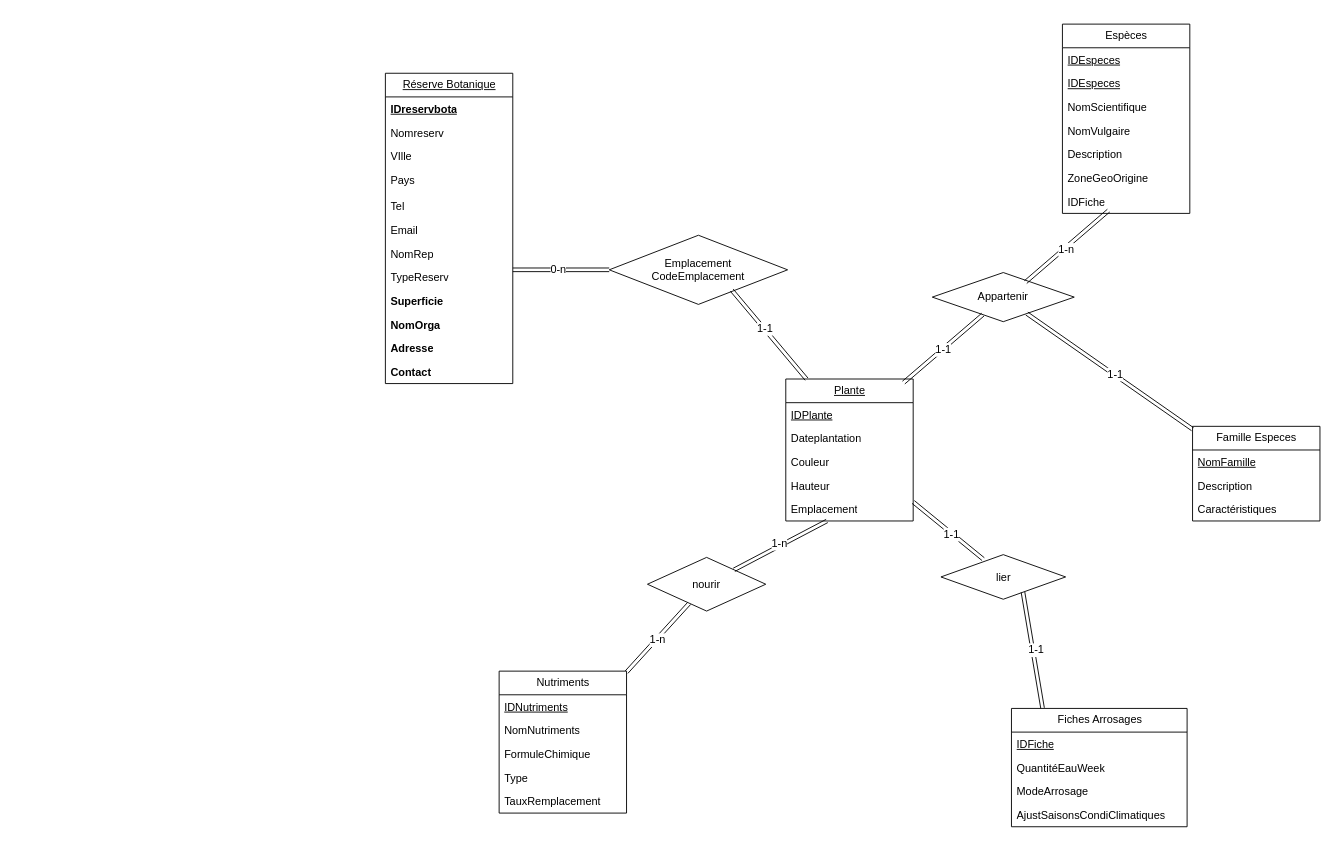
The draw.io diagram SAE3/Untitled Diagram.drawio in korasrar/Work, before the edit. Source tidied: cells renumbered, new cells numbered last; positions are measured from the earlier drawing's top-left corner, leaving out a move shared by most shapes. Both pictures are drawn from the tidied source at 91%, with x=0, y=0 at pixel (385, 24).
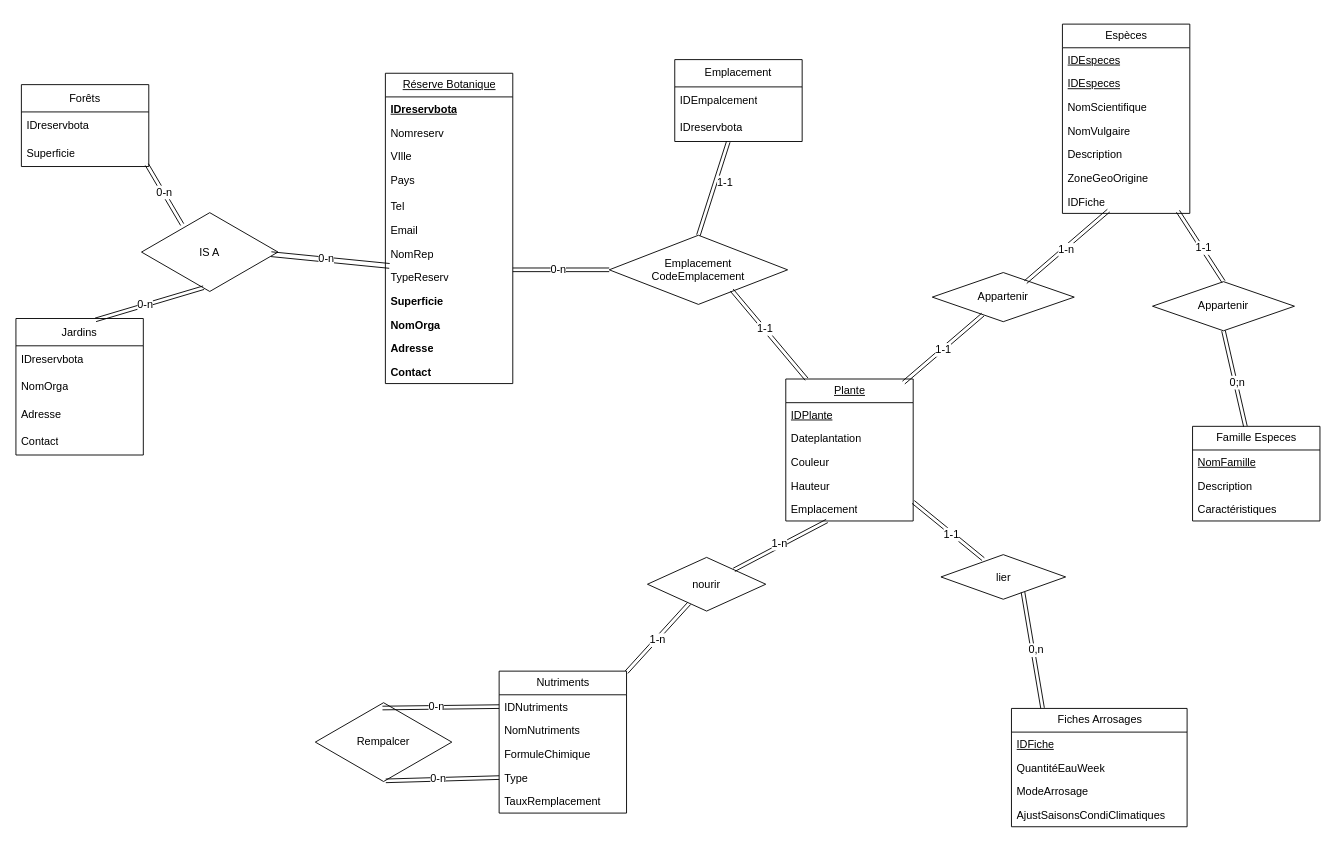
Above is the later version.

The change refers to these unchanged cells:
```xml
<mxCell id="10" value="TypeReserv" style="text;strokeColor=none;fillColor=none;align=left;verticalAlign=top;spacingLeft=4;spacingRight=4;overflow=hidden;points=[[0,0.5],[1,0.5]];portConstraint=eastwest;whiteSpace=wrap;html=1;" parent="2" vertex="1">
  <mxGeometry y="211" width="140" height="26" as="geometry" />
</mxCell>
<mxCell id="28" value="IDFiche" style="text;strokeColor=none;fillColor=none;align=left;verticalAlign=top;spacingLeft=4;spacingRight=4;overflow=hidden;points=[[0,0.5],[1,0.5]];portConstraint=eastwest;whiteSpace=wrap;html=1;" parent="21" vertex="1">
  <mxGeometry y="182" width="140" height="26" as="geometry" />
</mxCell>
<mxCell id="29" value="Famille Especes" style="swimlane;fontStyle=0;horizontal=1;startSize=26;fillColor=none;html=1;" parent="1" vertex="1">
  <mxGeometry x="887" y="442" width="140" height="104" as="geometry" />
</mxCell>
<mxCell id="38" value="Nutriments" style="swimlane;fontStyle=0;horizontal=1;startSize=26;fillColor=none;html=1;" parent="1" vertex="1">
  <mxGeometry x="125" y="711" width="140" height="156" as="geometry" />
</mxCell>
<mxCell id="42" value="Type" style="text;strokeColor=none;fillColor=none;align=left;verticalAlign=top;spacingLeft=4;spacingRight=4;overflow=hidden;points=[[0,0.5],[1,0.5]];portConstraint=eastwest;whiteSpace=wrap;html=1;" parent="38" vertex="1">
  <mxGeometry y="104" width="140" height="26" as="geometry" />
</mxCell>
<mxCell id="44" value="&lt;div&gt;Emplacement&lt;/div&gt;&lt;div&gt;CodeEmplacement&lt;br&gt;&lt;/div&gt;" style="rhombus;whiteSpace=wrap;html=1;" parent="1" vertex="1">
  <mxGeometry x="246" y="232" width="196" height="76" as="geometry" />
</mxCell>
<mxCell id="50" value="Appartenir" style="rhombus;whiteSpace=wrap;html=1;" parent="1" vertex="1">
  <mxGeometry x="601" y="273" width="156" height="54" as="geometry" />
</mxCell>
<mxCell id="65" style="shape=link;html=1;rounded=0;fontSize=12;startSize=8;endSize=8;curved=1;exitX=0.658;exitY=0.841;exitDx=0;exitDy=0;exitPerimeter=0;entryX=0.177;entryY=-0.003;entryDx=0;entryDy=0;entryPerimeter=0;" parent="1" edge="1" source="62" target="33">
  <mxGeometry relative="1" as="geometry" />
</mxCell>
```

The edit, as a diff of the source:
```diff
@@
-    <mxCell id="39" value="&lt;u&gt;IDNutriments&lt;/u&gt;" style="text;strokeColor=none;fillColor=none;align=left;verticalAlign=top;spacingLeft=4;spacingRight=4;overflow=hidden;points=[[0,0.5],[1,0.5]];portConstraint=eastwest;whiteSpace=wrap;html=1;" parent="38" vertex="1">
+    <mxCell id="39" value="IDNutriments" style="text;strokeColor=none;fillColor=none;align=left;verticalAlign=top;spacingLeft=4;spacingRight=4;overflow=hidden;points=[[0,0.5],[1,0.5]];portConstraint=eastwest;whiteSpace=wrap;html=1;" parent="38" vertex="1">
       <mxGeometry y="26" width="140" height="26" as="geometry" />
     </mxCell>
@@
-    <mxCell id="55" style="shape=link;html=1;rounded=0;fontSize=12;startSize=8;endSize=8;curved=1;" parent="1" edge="1" source="50" target="29">
+    <mxCell id="55" style="shape=link;html=1;rounded=0;fontSize=12;startSize=8;endSize=8;curved=1;exitX=0.5;exitY=1;exitDx=0;exitDy=0;" parent="1" edge="1" source="67" target="29">
       <mxGeometry relative="1" as="geometry" />
     </mxCell>
-    <mxCell id="56" value="1-1" style="edgeLabel;html=1;align=center;verticalAlign=middle;fontSize=12;" parent="55" vertex="1">
+    <mxCell id="56" value="0;n" style="edgeLabel;html=1;align=center;verticalAlign=middle;fontSize=12;" parent="55" vertex="1">
       <mxGeometry x="0.05" y="2" relative="1" as="geometry">
         <mxPoint y="1" as="offset" />
       </mxGeometry>
     </mxCell>
@@
-    <mxCell id="66" value="1-1" style="edgeLabel;html=1;align=center;verticalAlign=middle;fontSize=12;" parent="65" vertex="1">
+    <mxCell id="66" value="0,n" style="edgeLabel;html=1;align=center;verticalAlign=middle;fontSize=12;" parent="65" vertex="1">
       <mxGeometry x="0.01" y="3" relative="1" as="geometry" />
     </mxCell>
+    <mxCell id="67" value="Appartenir" style="rhombus;whiteSpace=wrap;html=1;" parent="1" vertex="1">
+      <mxGeometry x="843" y="283" width="156" height="54" as="geometry" />
+    </mxCell>
+    <mxCell id="68" style="shape=link;html=1;rounded=0;fontSize=12;startSize=8;endSize=8;curved=1;exitX=0.907;exitY=0.912;exitDx=0;exitDy=0;exitPerimeter=0;entryX=0.5;entryY=0;entryDx=0;entryDy=0;" parent="1" edge="1" source="28" target="67">
+      <mxGeometry relative="1" as="geometry" />
+    </mxCell>
+    <mxCell id="69" value="1-1" style="edgeLabel;html=1;align=center;verticalAlign=middle;fontSize=12;" parent="68" vertex="1">
+      <mxGeometry x="0.05" y="2" relative="1" as="geometry">
+        <mxPoint y="1" as="offset" />
+      </mxGeometry>
+    </mxCell>
+    <mxCell id="70" value="Emplacement" style="swimlane;fontStyle=0;horizontal=1;startSize=30;whiteSpace=wrap;html=1;" parent="1" vertex="1">
+      <mxGeometry x="318" y="39" width="140" height="90" as="geometry" />
+    </mxCell>
+    <mxCell id="71" value="IDEmpalcement" style="text;strokeColor=none;fillColor=none;align=left;verticalAlign=middle;spacingLeft=4;spacingRight=4;overflow=hidden;whiteSpace=wrap;html=1;" parent="70" vertex="1">
+      <mxGeometry y="30" width="140" height="30" as="geometry" />
+    </mxCell>
+    <mxCell id="72" value="IDreservbota" style="text;strokeColor=none;fillColor=none;align=left;verticalAlign=middle;spacingLeft=4;spacingRight=4;overflow=hidden;points=[[0,0.5],[1,0.5]];portConstraint=eastwest;whiteSpace=wrap;html=1;" parent="70" vertex="1">
+      <mxGeometry y="60" width="140" height="30" as="geometry" />
+    </mxCell>
+    <mxCell id="73" style="shape=link;html=1;rounded=0;fontSize=12;startSize=8;endSize=8;curved=1;entryX=0.5;entryY=0;entryDx=0;entryDy=0;exitX=0.42;exitY=1.008;exitDx=0;exitDy=0;exitPerimeter=0;" parent="1" edge="1" source="72" target="44">
+      <mxGeometry relative="1" as="geometry" />
+    </mxCell>
+    <mxCell id="74" value="1-1" style="edgeLabel;html=1;align=center;verticalAlign=middle;fontSize=12;" parent="73" vertex="1">
+      <mxGeometry x="-0.29" relative="1" as="geometry">
+        <mxPoint x="7" y="8" as="offset" />
+      </mxGeometry>
+    </mxCell>
+    <mxCell id="75" value="Forêts" style="swimlane;fontStyle=0;horizontal=1;startSize=30;whiteSpace=wrap;html=1;" parent="1" vertex="1">
+      <mxGeometry x="-400" y="66.5" width="140" height="90" as="geometry" />
+    </mxCell>
+    <mxCell id="76" value="IDreservbota" style="text;strokeColor=none;fillColor=none;align=left;verticalAlign=middle;spacingLeft=4;spacingRight=4;overflow=hidden;whiteSpace=wrap;html=1;" parent="75" vertex="1">
+      <mxGeometry y="30" width="140" height="30" as="geometry" />
+    </mxCell>
+    <mxCell id="77" value="Superficie" style="text;strokeColor=none;fillColor=none;align=left;verticalAlign=middle;spacingLeft=4;spacingRight=4;overflow=hidden;points=[[0,0.5],[1,0.5]];portConstraint=eastwest;whiteSpace=wrap;html=1;" parent="75" vertex="1">
+      <mxGeometry y="60" width="140" height="30" as="geometry" />
+    </mxCell>
+    <mxCell id="78" value="Jardins" style="swimlane;fontStyle=0;horizontal=1;startSize=30;whiteSpace=wrap;html=1;" parent="1" vertex="1">
+      <mxGeometry x="-406" y="323.5" width="140" height="150" as="geometry" />
+    </mxCell>
+    <mxCell id="79" value="IDreservbota" style="text;strokeColor=none;fillColor=none;align=left;verticalAlign=middle;spacingLeft=4;spacingRight=4;overflow=hidden;whiteSpace=wrap;html=1;" parent="78" vertex="1">
+      <mxGeometry y="30" width="140" height="30" as="geometry" />
+    </mxCell>
+    <mxCell id="80" value="NomOrga" style="text;strokeColor=none;fillColor=none;align=left;verticalAlign=middle;spacingLeft=4;spacingRight=4;overflow=hidden;whiteSpace=wrap;html=1;" parent="78" vertex="1">
+      <mxGeometry y="60" width="140" height="30" as="geometry" />
+    </mxCell>
+    <mxCell id="81" value="Adresse" style="text;strokeColor=none;fillColor=none;align=left;verticalAlign=middle;spacingLeft=4;spacingRight=4;overflow=hidden;whiteSpace=wrap;html=1;" parent="78" vertex="1">
+      <mxGeometry y="90" width="140" height="30" as="geometry" />
+    </mxCell>
+    <mxCell id="82" value="Contact" style="text;strokeColor=none;fillColor=none;align=left;verticalAlign=middle;spacingLeft=4;spacingRight=4;overflow=hidden;whiteSpace=wrap;html=1;" parent="78" vertex="1">
+      <mxGeometry y="120" width="140" height="30" as="geometry" />
+    </mxCell>
+    <mxCell id="83" value="IS A" style="html=1;whiteSpace=wrap;shape=isoRectangle;" parent="1" vertex="1">
+      <mxGeometry x="-268" y="205.5" width="150" height="90" as="geometry" />
+    </mxCell>
+    <mxCell id="84" style="shape=link;html=1;rounded=0;fontSize=12;startSize=8;endSize=8;curved=1;entryX=0.298;entryY=0.164;entryDx=0;entryDy=0;exitX=0.985;exitY=0.929;exitDx=0;exitDy=0;exitPerimeter=0;entryPerimeter=0;" parent="1" edge="1" source="77" target="83">
+      <mxGeometry relative="1" as="geometry" />
+    </mxCell>
+    <mxCell id="85" value="0-n" style="edgeLabel;html=1;align=center;verticalAlign=middle;fontSize=12;" parent="84" vertex="1">
+      <mxGeometry x="-0.08" y="1" relative="1" as="geometry" />
+    </mxCell>
+    <mxCell id="86" style="shape=link;html=1;rounded=0;fontSize=12;startSize=8;endSize=8;curved=1;entryX=0.455;entryY=0.935;entryDx=0;entryDy=0;exitX=0.625;exitY=0.01;exitDx=0;exitDy=0;exitPerimeter=0;entryPerimeter=0;" parent="1" edge="1" source="78" target="83">
+      <mxGeometry relative="1" as="geometry" />
+    </mxCell>
+    <mxCell id="87" value="0-n" style="edgeLabel;html=1;align=center;verticalAlign=middle;fontSize=12;" parent="86" vertex="1">
+      <mxGeometry x="-0.08" y="1" relative="1" as="geometry" />
+    </mxCell>
+    <mxCell id="88" style="shape=link;html=1;rounded=0;fontSize=12;startSize=8;endSize=8;curved=1;entryX=0.032;entryY=0.027;entryDx=0;entryDy=0;width=-5.294117647058823;exitX=0.95;exitY=0.526;exitDx=0;exitDy=0;exitPerimeter=0;entryPerimeter=0;" parent="1" edge="1" source="83" target="10">
+      <mxGeometry relative="1" as="geometry" />
+    </mxCell>
+    <mxCell id="89" value="0-n" style="edgeLabel;html=1;align=center;verticalAlign=middle;fontSize=12;" parent="88" vertex="1">
+      <mxGeometry x="-0.08" y="1" relative="1" as="geometry" />
+    </mxCell>
+    <mxCell id="90" value="Rempalcer" style="html=1;whiteSpace=wrap;shape=isoRectangle;" parent="1" vertex="1">
+      <mxGeometry x="-77" y="744" width="150" height="90" as="geometry" />
+    </mxCell>
+    <mxCell id="91" style="shape=link;html=1;rounded=0;fontSize=12;startSize=8;endSize=8;curved=1;entryX=0;entryY=0.5;entryDx=0;entryDy=0;exitX=0.492;exitY=0.084;exitDx=0;exitDy=0;exitPerimeter=0;" parent="1" edge="1" source="90" target="39">
+      <mxGeometry relative="1" as="geometry" />
+    </mxCell>
+    <mxCell id="92" value="0-n" style="edgeLabel;html=1;align=center;verticalAlign=middle;fontSize=12;" parent="91" vertex="1">
+      <mxGeometry x="-0.08" y="1" relative="1" as="geometry" />
+    </mxCell>
+    <mxCell id="93" style="shape=link;html=1;rounded=0;fontSize=12;startSize=8;endSize=8;curved=1;entryX=0;entryY=0.5;entryDx=0;entryDy=0;exitX=0.516;exitY=0.973;exitDx=0;exitDy=0;exitPerimeter=0;" parent="1" edge="1" source="90" target="42">
+      <mxGeometry relative="1" as="geometry" />
+    </mxCell>
+    <mxCell id="94" value="0-n" style="edgeLabel;html=1;align=center;verticalAlign=middle;fontSize=12;" parent="93" vertex="1">
+      <mxGeometry x="-0.08" y="1" relative="1" as="geometry" />
+    </mxCell>
```
